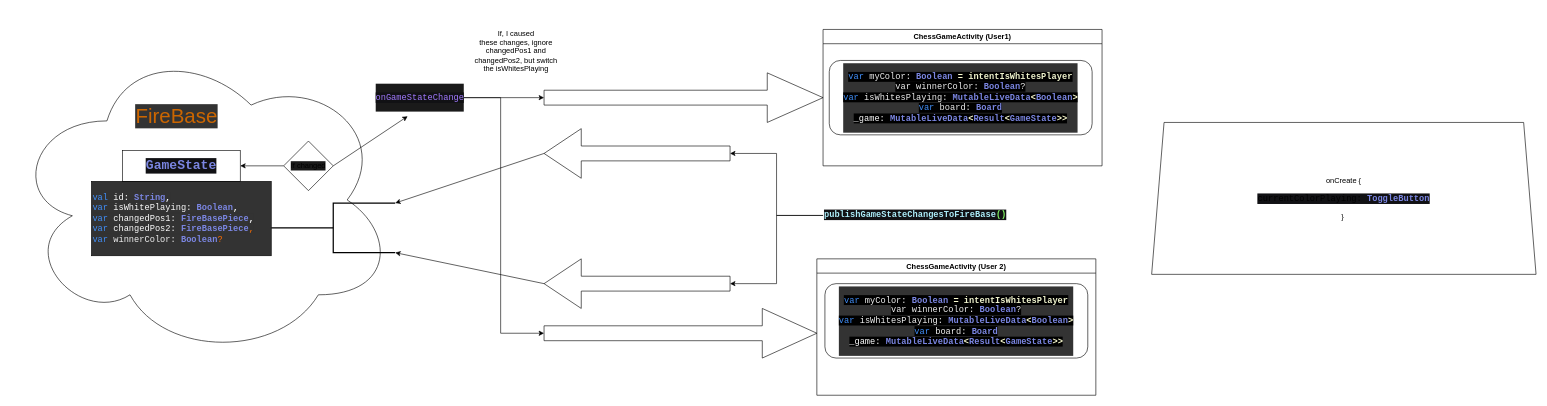
p4ulor/Chess4Android keeps this draw.io diagram as AppDocumentation/AppObjectsAndFireBaseDataRelation_LOWERLEVEL.drawio. Above is the earlier version. Source tidied: cells renumbered, new cells numbered last; positions are measured from the earlier drawing's top-left corner, leaving out a move shared by most shapes. Both pictures are drawn from the tidied source at 62%, with x=0, y=0 at pixel (11, 11).
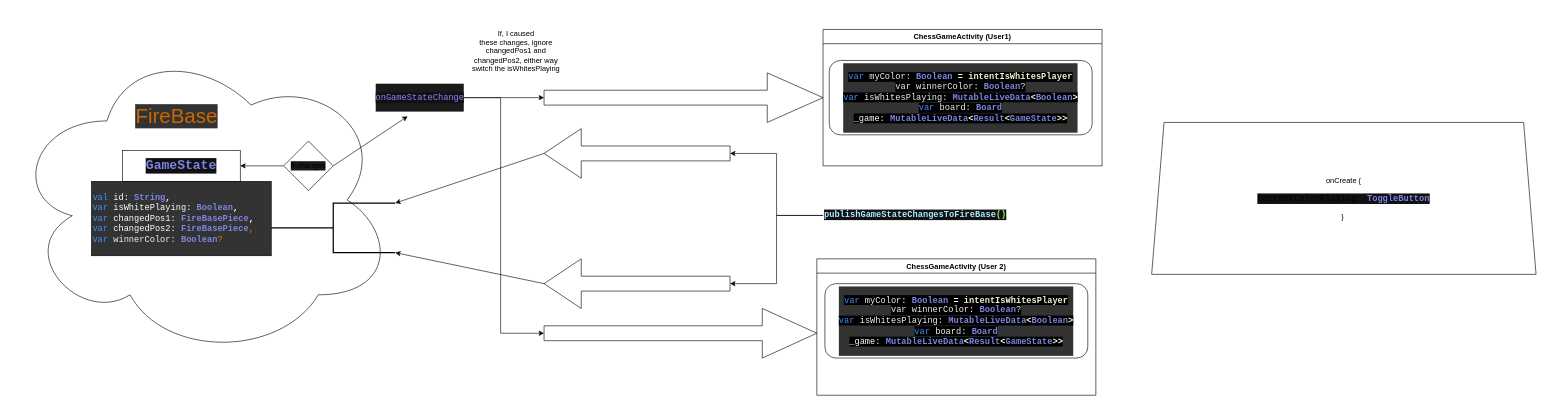
Above is the later version.

What changed in the source:
```diff
@@
-    <mxCell id="28" value="If, I caused&lt;br&gt;these changes, ignore changedPos1 and changedPos2, but switch the isWhitesPlaying" style="text;html=1;strokeColor=none;fillColor=none;align=center;verticalAlign=middle;whiteSpace=wrap;rounded=0;" parent="1" vertex="1">
+    <mxCell id="28" value="If, I caused&lt;br&gt;these changes, ignore changedPos1 and changedPos2, either way switch the isWhitesPlaying" style="text;html=1;strokeColor=none;fillColor=none;align=center;verticalAlign=middle;whiteSpace=wrap;rounded=0;" parent="1" vertex="1">
       <mxGeometry x="740" width="150" height="130" as="geometry" />
     </mxCell>
```
